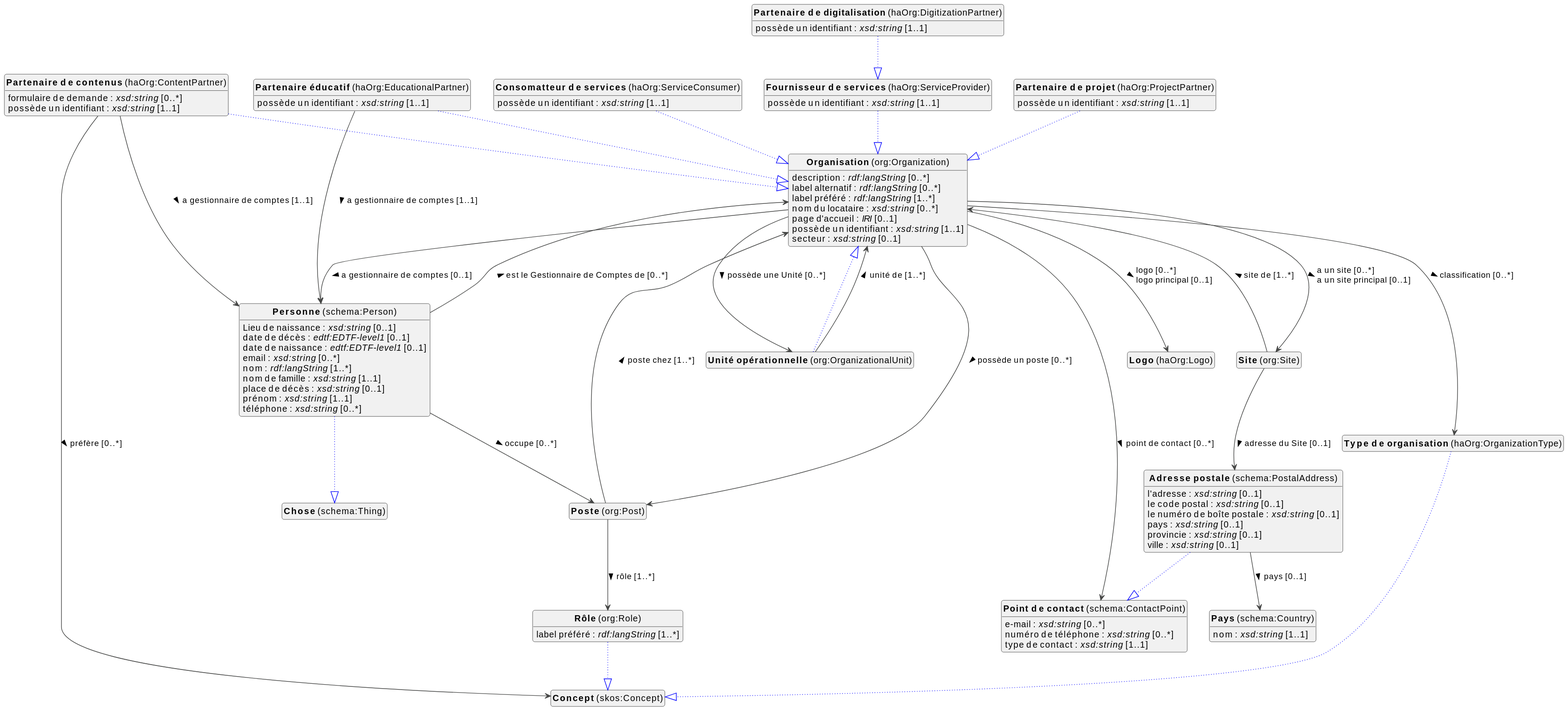
The PlantUML diagram docs/metadata/knowledge-graph/1.0.0/organizations/fr/organizations-diagram.svg in viaacode/documentation, before a commit.
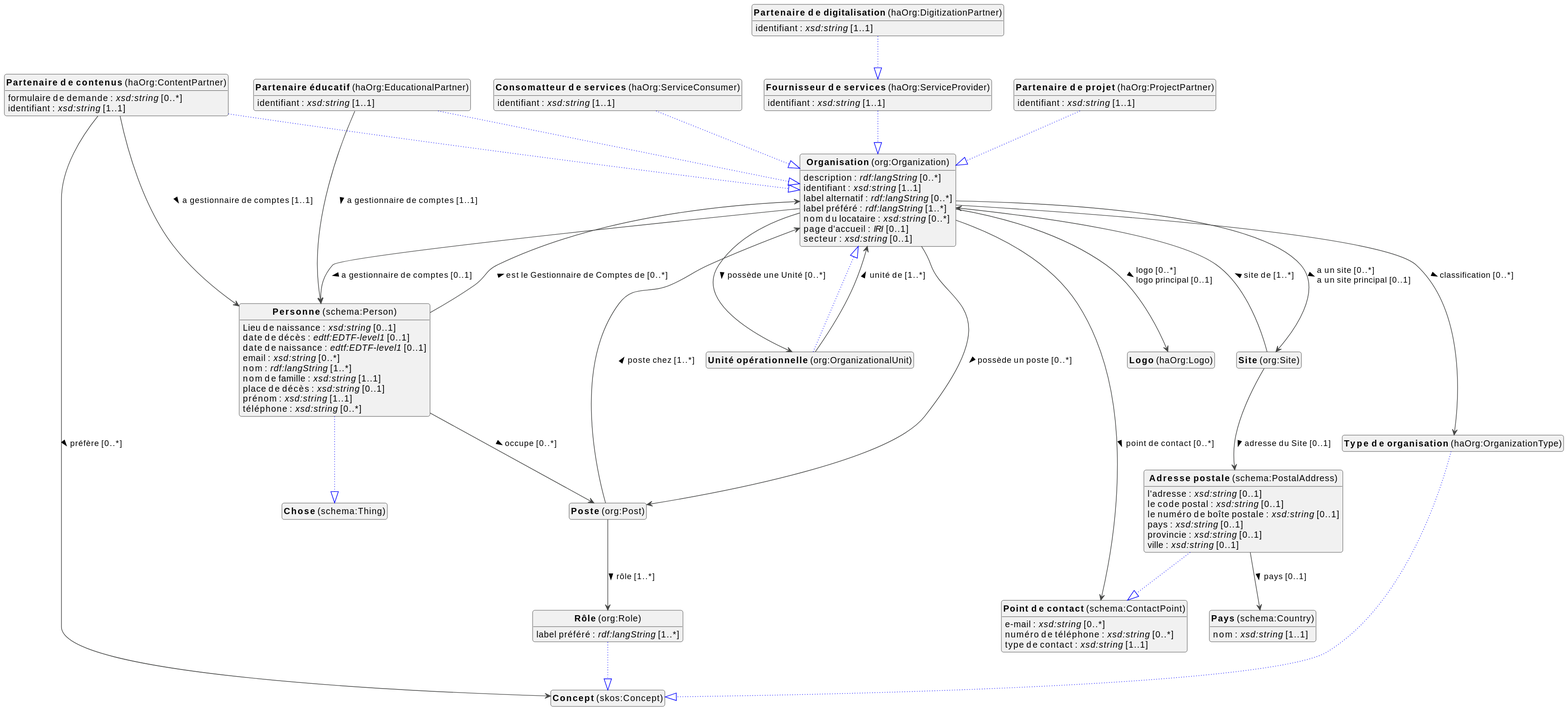
The same diagram one commit later.

What changed in the source:
```diff
@@ -55,23 +55,23 @@
 
 haOrg_ServiceConsumer --|> org_Organization #blue;line.dotted;text:blue
 
-haOrg_ServiceConsumer : possède un identifiant : <i>xsd:string</i> [1..1]
+haOrg_ServiceConsumer : identifiant : <i>xsd:string</i> [1..1]
 
 
 haOrg_ServiceProvider --|> org_Organization #blue;line.dotted;text:blue
 
-haOrg_ServiceProvider : possède un identifiant : <i>xsd:string</i> [1..1]
+haOrg_ServiceProvider : identifiant : <i>xsd:string</i> [1..1]
 
 
 
 
 
 org_Organization : description : <i>rdf:langString</i> [0..*]
+org_Organization : identifiant : <i>xsd:string</i> [1..1]
 org_Organization : label alternatif : <i>rdf:langString</i> [0..*]
 org_Organization : label préféré : <i>rdf:langString</i> [1..*]
 org_Organization : nom du locataire : <i>xsd:string</i> [0..*]
 org_Organization : page d'accueil : <i>IRI</i> [0..1]
-org_Organization : possède un identifiant : <i>xsd:string</i> [1..1]
 org_Organization : secteur : <i>xsd:string</i> [0..1]
 
 org_Organization --> haOrg_Logo :logo [0..*]  \llogo principal [0..1]  >
@@ -87,24 +87,24 @@
 haOrg_ContentPartner --|> org_Organization #blue;line.dotted;text:blue
 
 haOrg_ContentPartner : formulaire de demande : <i>xsd:string</i> [0..*]
-haOrg_ContentPartner : possède un identifiant : <i>xsd:string</i> [1..1]
+haOrg_ContentPartner : identifiant : <i>xsd:string</i> [1..1]
 haOrg_ContentPartner --> schema_Person :a gestionnaire de comptes [1..1]  >
 haOrg_ContentPartner --> skos_Concept :préfère [0..*]  >
 
 
 haOrg_DigitizationPartner --|> haOrg_ServiceProvider #blue;line.dotted;text:blue
 
-haOrg_DigitizationPartner : possède un identifiant : <i>xsd:string</i> [1..1]
+haOrg_DigitizationPartner : identifiant : <i>xsd:string</i> [1..1]
 
 
 haOrg_ProjectPartner --|> org_Organization #blue;line.dotted;text:blue
 
-haOrg_ProjectPartner : possède un identifiant : <i>xsd:string</i> [1..1]
+haOrg_ProjectPartner : identifiant : <i>xsd:string</i> [1..1]
 
 
 haOrg_EducationalPartner --|> org_Organization #blue;line.dotted;text:blue
 
-haOrg_EducationalPartner : possède un identifiant : <i>xsd:string</i> [1..1]
+haOrg_EducationalPartner : identifiant : <i>xsd:string</i> [1..1]
 haOrg_EducationalPartner --> schema_Person :a gestionnaire de comptes [1..1]  >
 
 
```
